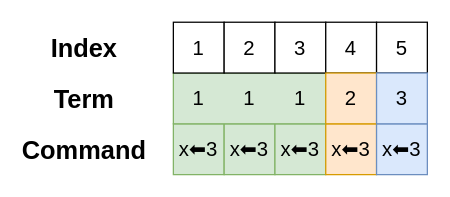
Above: mapreduce_kog.drawio in Daisysanmu/store_anything_box (draw.io), before the change. Source tidied: cells renumbered, new cells numbered last; positions are measured from the earlier drawing's top-left corner, leaving out a move shared by most shapes. Both pictures are drawn from the tidied source at 127%, with x=0, y=0 at pixel (46, 22).
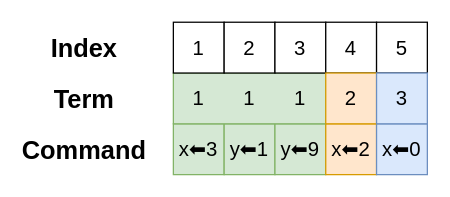
After the change.

The edit, as a diff of the source:
```diff
@@
 <mxGraphModel>
   <root>
     <mxCell id="0" />
     <mxCell id="1" parent="0" />
     <mxCell id="2" value="&lt;font style=&quot;font-size: 16px;&quot;&gt;x⬅3&lt;/font&gt;" style="rounded=0;whiteSpace=wrap;html=1;fillColor=#d5e8d4;strokeColor=#82b366;" parent="1" vertex="1">
       <mxGeometry x="100" y="80" width="40" height="40" as="geometry" />
     </mxCell>
-    <mxCell id="3" value="&lt;font style=&quot;font-size: 16px;&quot;&gt;x⬅3&lt;/font&gt;" style="rounded=0;whiteSpace=wrap;html=1;fillColor=#d5e8d4;strokeColor=#82b366;" parent="1" vertex="1">
+    <mxCell id="3" value="&lt;font style=&quot;font-size: 16px;&quot;&gt;y⬅1&lt;/font&gt;" style="rounded=0;whiteSpace=wrap;html=1;fillColor=#d5e8d4;strokeColor=#82b366;" parent="1" vertex="1">
       <mxGeometry x="140" y="80" width="40" height="40" as="geometry" />
     </mxCell>
-    <mxCell id="4" value="&lt;font style=&quot;font-size: 16px;&quot;&gt;x⬅3&lt;/font&gt;" style="rounded=0;whiteSpace=wrap;html=1;fillColor=#d5e8d4;strokeColor=#82b366;" parent="1" vertex="1">
+    <mxCell id="4" value="&lt;font style=&quot;font-size: 16px;&quot;&gt;y⬅9&lt;/font&gt;" style="rounded=0;whiteSpace=wrap;html=1;fillColor=#d5e8d4;strokeColor=#82b366;" parent="1" vertex="1">
       <mxGeometry x="180" y="80" width="40" height="40" as="geometry" />
     </mxCell>
-    <mxCell id="5" value="&lt;font style=&quot;font-size: 16px;&quot;&gt;x⬅3&lt;/font&gt;" style="rounded=0;whiteSpace=wrap;html=1;fillColor=#ffe6cc;strokeColor=#d79b00;" parent="1" vertex="1">
+    <mxCell id="5" value="&lt;font style=&quot;font-size: 16px;&quot;&gt;x⬅2&lt;/font&gt;" style="rounded=0;whiteSpace=wrap;html=1;fillColor=#ffe6cc;strokeColor=#d79b00;" parent="1" vertex="1">
       <mxGeometry x="220" y="80" width="40" height="40" as="geometry" />
     </mxCell>
-    <mxCell id="6" value="&lt;font style=&quot;font-size: 16px;&quot;&gt;x⬅3&lt;/font&gt;" style="rounded=0;whiteSpace=wrap;html=1;fillColor=#dae8fc;strokeColor=#6c8ebf;" parent="1" vertex="1">
+    <mxCell id="6" value="&lt;font style=&quot;font-size: 16px;&quot;&gt;x⬅0&lt;/font&gt;" style="rounded=0;whiteSpace=wrap;html=1;fillColor=#dae8fc;strokeColor=#6c8ebf;" parent="1" vertex="1">
       <mxGeometry x="260" y="80" width="40" height="40" as="geometry" />
     </mxCell>
     <mxCell id="7" value="&lt;font style=&quot;font-size: 16px;&quot;&gt;1&amp;nbsp; &amp;nbsp; &amp;nbsp; &amp;nbsp;1&amp;nbsp; &amp;nbsp; &amp;nbsp; &amp;nbsp;1&lt;/font&gt;" style="rounded=0;whiteSpace=wrap;html=1;fillColor=#d5e8d4;strokeColor=#82b366;" parent="1" vertex="1">
       <mxGeometry x="100" y="40" width="120" height="40" as="geometry" />
     </mxCell>
     <mxCell id="8" value="&lt;span style=&quot;font-size: 16px;&quot;&gt;1&lt;/span&gt;" style="rounded=0;whiteSpace=wrap;html=1;" parent="1" vertex="1">
       <mxGeometry x="100" width="40" height="40" as="geometry" />
     </mxCell>
     <mxCell id="9" value="&lt;span style=&quot;font-size: 16px;&quot;&gt;2&lt;/span&gt;" style="rounded=0;whiteSpace=wrap;html=1;" parent="1" vertex="1">
       <mxGeometry x="140" width="40" height="40" as="geometry" />
     </mxCell>
     <mxCell id="10" value="&lt;span style=&quot;font-size: 16px;&quot;&gt;3&lt;/span&gt;" style="rounded=0;whiteSpace=wrap;html=1;" parent="1" vertex="1">
       <mxGeometry x="180" width="40" height="40" as="geometry" />
     </mxCell>
     <mxCell id="11" value="&lt;span style=&quot;font-size: 16px;&quot;&gt;4&lt;/span&gt;" style="rounded=0;whiteSpace=wrap;html=1;" parent="1" vertex="1">
       <mxGeometry x="220" width="40" height="40" as="geometry" />
     </mxCell>
     <mxCell id="12" value="&lt;span style=&quot;font-size: 16px;&quot;&gt;5&lt;/span&gt;" style="rounded=0;whiteSpace=wrap;html=1;" parent="1" vertex="1">
       <mxGeometry x="260" width="40" height="40" as="geometry" />
     </mxCell>
     <mxCell id="13" value="&lt;span style=&quot;font-size: 16px;&quot;&gt;2&lt;/span&gt;" style="rounded=0;whiteSpace=wrap;html=1;fillColor=#ffe6cc;strokeColor=#d79b00;" parent="1" vertex="1">
       <mxGeometry x="220" y="40" width="40" height="40" as="geometry" />
     </mxCell>
     <mxCell id="14" value="&lt;span style=&quot;font-size: 16px;&quot;&gt;3&lt;/span&gt;" style="rounded=0;whiteSpace=wrap;html=1;fillColor=#dae8fc;strokeColor=#6c8ebf;" parent="1" vertex="1">
       <mxGeometry x="260" y="40" width="40" height="40" as="geometry" />
     </mxCell>
     <mxCell id="15" value="&lt;b&gt;&lt;font style=&quot;font-size: 20px;&quot;&gt;Index&lt;/font&gt;&lt;/b&gt;" style="text;html=1;align=center;verticalAlign=middle;whiteSpace=wrap;rounded=0;" parent="1" vertex="1">
       <mxGeometry y="5" width="60" height="30" as="geometry" />
     </mxCell>
     <mxCell id="16" value="&lt;b&gt;&lt;font style=&quot;font-size: 20px;&quot;&gt;Term&lt;/font&gt;&lt;/b&gt;" style="text;html=1;align=center;verticalAlign=middle;whiteSpace=wrap;rounded=0;" parent="1" vertex="1">
       <mxGeometry y="45" width="60" height="30" as="geometry" />
     </mxCell>
     <mxCell id="17" value="&lt;b&gt;&lt;font style=&quot;font-size: 20px;&quot;&gt;Command&lt;/font&gt;&lt;/b&gt;" style="text;html=1;align=center;verticalAlign=middle;whiteSpace=wrap;rounded=0;" parent="1" vertex="1">
       <mxGeometry y="85" width="60" height="30" as="geometry" />
     </mxCell>
   </root>
 </mxGraphModel>
```
